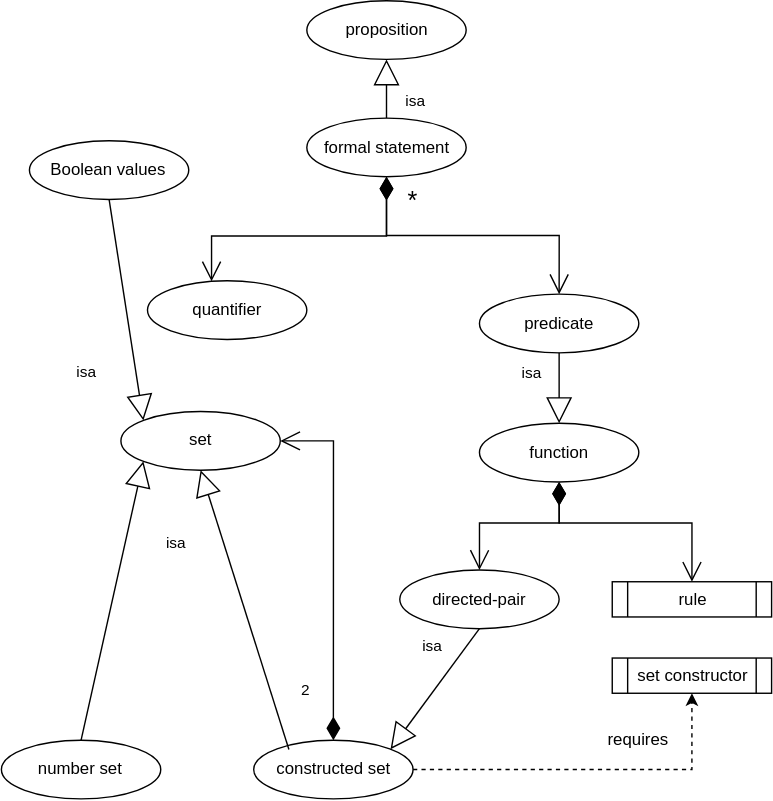
Earlier version of the draw.io export app1/segPics/ontologyModel.drawio.svg (jpryan17/hobbyNotes). Source tidied: cells renumbered, new cells last; positions are measured from the earlier drawing's top-left corner, leaving out a move shared by most shapes.
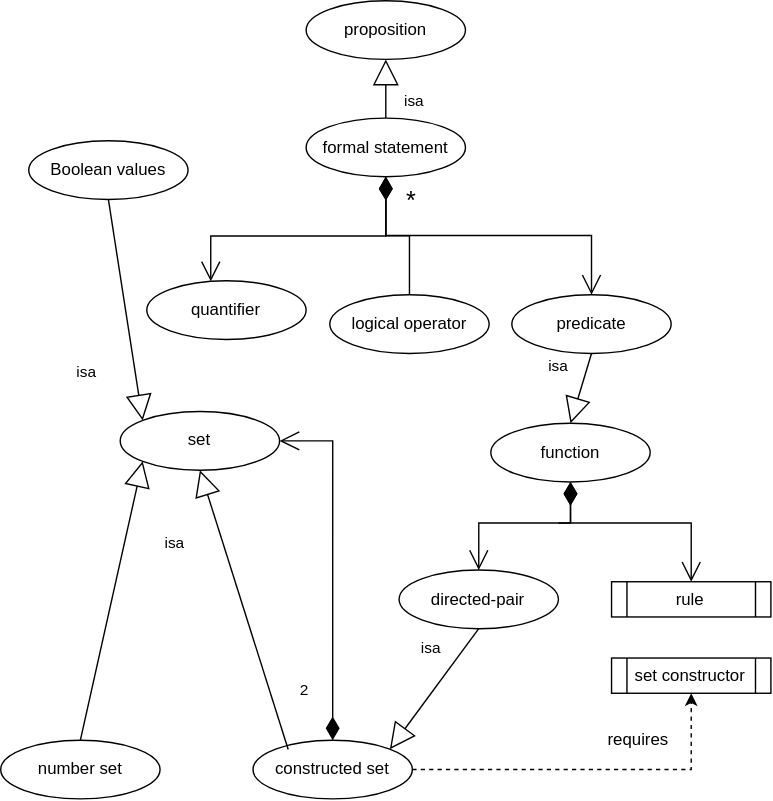
The same diagram one commit later.

Diff of the diagram source:
```diff
@@ -9,10 +9,10 @@
       <mxGeometry x="104.3" y="200" width="113.8" height="41.9" as="geometry" />
     </mxCell>
     <mxCell id="4" value="predicate" style="ellipse;whiteSpace=wrap;html=1;fillColor=none;" parent="1" vertex="1">
-      <mxGeometry x="341.4" y="209.6" width="113.8" height="41.9" as="geometry" />
+      <mxGeometry x="365" y="210" width="113.8" height="41.9" as="geometry" />
     </mxCell>
     <mxCell id="5" value="function" style="ellipse;whiteSpace=wrap;html=1;fillColor=none;" parent="1" vertex="1">
-      <mxGeometry x="341.4" y="301.8" width="113.8" height="41.9" as="geometry" />
+      <mxGeometry x="350" y="301.8" width="113.8" height="41.9" as="geometry" />
     </mxCell>
     <mxCell id="6" value="directed-pair" style="ellipse;whiteSpace=wrap;html=1;fillColor=none;" parent="1" vertex="1">
       <mxGeometry x="284.5" y="406.5" width="113.8" height="41.9" as="geometry" />
@@ -41,7 +41,12 @@
       </mxGeometry>
     </mxCell>
     <mxCell id="13" style="endArrow=open;html=1;endSize=12;startArrow=diamondThin;startSize=14;startFill=1;edgeStyle=orthogonalEdgeStyle;align=left;verticalAlign=bottom;rounded=0;entryX=0.5;entryY=0;entryDx=0;entryDy=0;exitX=0.5;exitY=1;exitDx=0;exitDy=0;" parent="1" edge="1" source="10" target="4">
-      <mxGeometry x="-1" y="3" relative="1" as="geometry" />
+      <mxGeometry x="-1" y="3" relative="1" as="geometry">
+        <Array as="points">
+          <mxPoint x="275" y="167.7" />
+          <mxPoint x="421.9" y="167.7" />
+        </Array>
+      </mxGeometry>
     </mxCell>
     <mxCell id="14" value="isa" style="endArrow=block;endSize=16;endFill=0;html=1;rounded=0;entryX=0.5;entryY=0;entryDx=0;entryDy=0;exitX=0.5;exitY=1;exitDx=0;exitDy=0;" parent="1" edge="1" source="4" target="5">
       <mxGeometry x="-0.43" y="-20" relative="1" as="geometry" />
@@ -101,5 +106,11 @@
     <mxCell id="27" value="isa" style="endArrow=block;endSize=16;endFill=0;html=1;rounded=0;entryX=0;entryY=0;entryDx=0;entryDy=0;exitX=0.5;exitY=1;exitDx=0;exitDy=0;" parent="1" edge="1" source="26" target="7">
       <mxGeometry x="0.49" y="-35" relative="1" as="geometry" />
     </mxCell>
+    <mxCell id="28" style="edgeStyle=orthogonalEdgeStyle;rounded=0;jettySize=auto;html=1;exitX=0.5;exitY=0;exitDx=0;exitDy=0;entryX=0.5;entryY=1;entryDx=0;entryDy=0;" parent="1" edge="1" source="29" target="10">
+      <mxGeometry relative="1" as="geometry" />
+    </mxCell>
+    <mxCell id="29" value="logical operator" style="ellipse;whiteSpace=wrap;html=1;fillColor=none;" parent="1" vertex="1">
+      <mxGeometry x="235" y="210" width="113.8" height="41.9" as="geometry" />
+    </mxCell>
   </root>
 </mxGraphModel>
```
